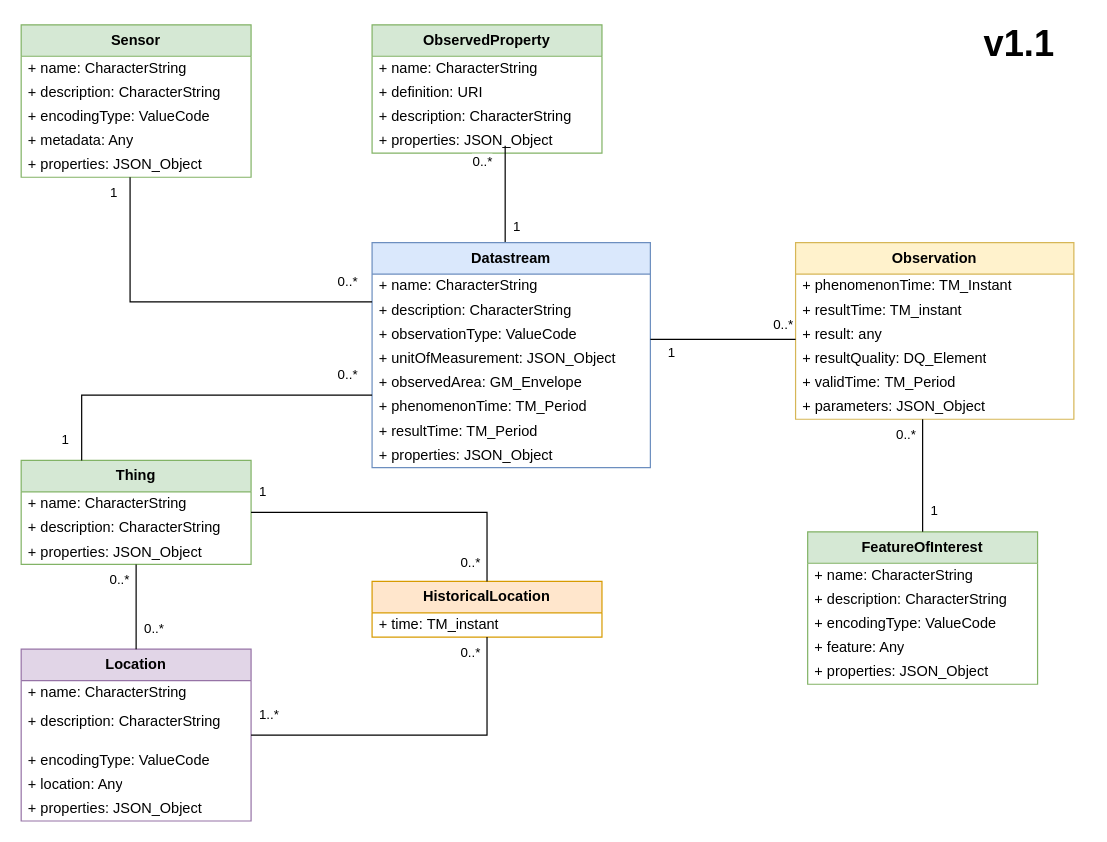
Earlier version of the draw.io diagram drawio/STA V1.1.Lora.drawio (Mario-35/Stean). Source tidied: cells renumbered, new cells numbered last; positions are measured from the earlier drawing's top-left corner, leaving out a move shared by most shapes. Both pictures are drawn from the tidied source at 121%, with x=0, y=0 at pixel (21, 24).
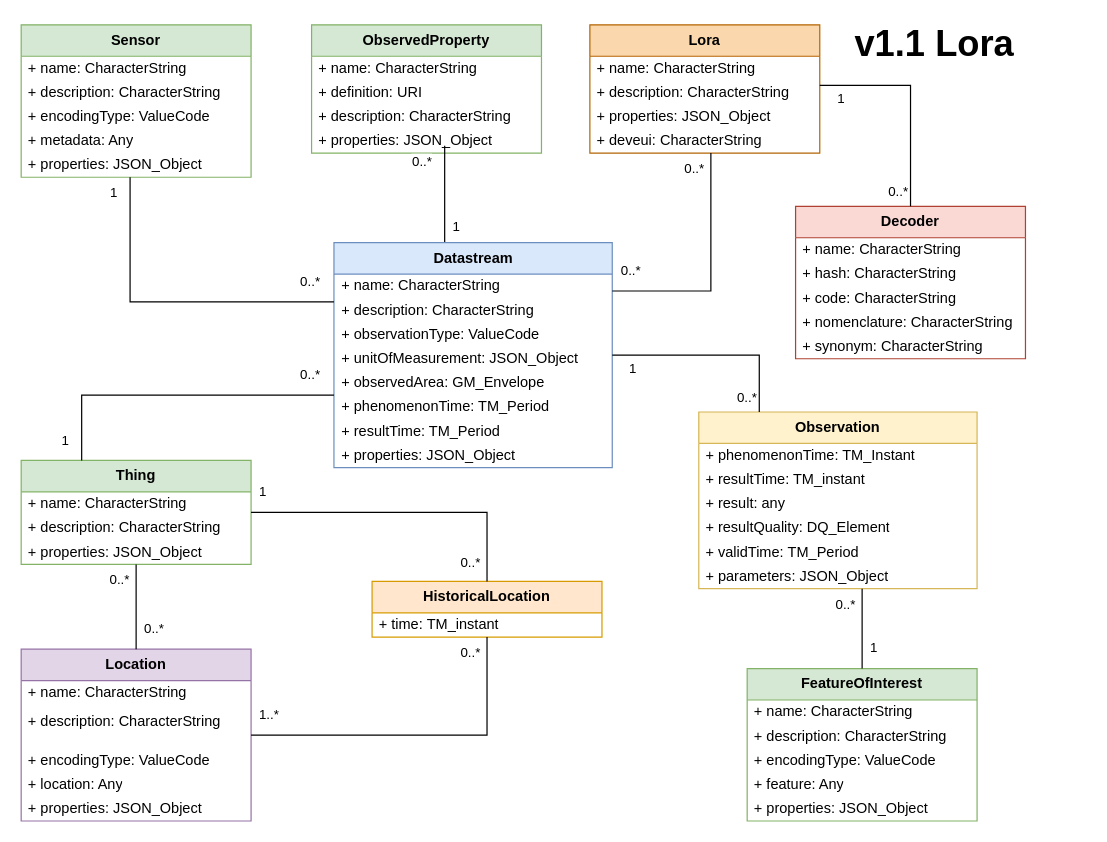
After the change.

Commit message:
Mettre à jour STA V1.1.Lora.drawio

What changed in the source:
```diff
@@
     <mxCell id="21" value="&lt;b&gt;ObservedProperty&lt;/b&gt;" style="swimlane;fontStyle=0;horizontal=1;startSize=26;fillColor=#d5e8d4;whiteSpace=wrap;html=1;strokeColor=#82b366;" parent="1" vertex="1">
-      <mxGeometry x="290" width="190" height="106" as="geometry" />
+      <mxGeometry x="240" width="190" height="106" as="geometry" />
     </mxCell>
@@
     <mxCell id="29" value="&lt;b&gt;Datastream&lt;/b&gt;" style="swimlane;fontStyle=0;horizontal=1;startSize=26;fillColor=#dae8fc;whiteSpace=wrap;html=1;strokeColor=#6c8ebf;" parent="1" vertex="1">
-      <mxGeometry x="290" y="180" width="230" height="186" as="geometry" />
+      <mxGeometry x="258.5" y="180" width="230" height="186" as="geometry" />
     </mxCell>
@@
     <mxCell id="38" value="&lt;b&gt;Observation&lt;/b&gt;" style="swimlane;fontStyle=0;horizontal=1;startSize=26;fillColor=#fff2cc;whiteSpace=wrap;html=1;strokeColor=#d6b656;" parent="1" vertex="1">
-      <mxGeometry x="640" y="180" width="230" height="146" as="geometry" />
+      <mxGeometry x="560" y="320" width="230" height="146" as="geometry" />
     </mxCell>
@@
     <mxCell id="45" value="&lt;b&gt;FeatureOfInterest&lt;/b&gt;" style="swimlane;fontStyle=0;horizontal=1;startSize=26;fillColor=#d5e8d4;whiteSpace=wrap;html=1;strokeColor=#82b366;" parent="1" vertex="1">
-      <mxGeometry x="650" y="419" width="190" height="126" as="geometry" />
+      <mxGeometry x="600" y="532" width="190" height="126" as="geometry" />
     </mxCell>
@@
     <mxCell id="57" style="endArrow=none;html=1;endSize=12;startArrow=none;startSize=14;startFill=0;edgeStyle=orthogonalEdgeStyle;rounded=0;endFill=0;" parent="1" edge="1" source="38" target="29">
       <mxGeometry relative="1" as="geometry">
         <Array as="points">
-          <mxPoint x="610" y="260" />
-          <mxPoint x="610" y="260" />
+          <mxPoint x="610" y="273" />
         </Array>
       </mxGeometry>
     </mxCell>
@@
-    <mxCell id="71" value="&lt;font style=&quot;font-size: 30px;&quot;&gt;&lt;b&gt;v1.1&lt;/b&gt;&lt;/font&gt;" style="text;html=1;whiteSpace=wrap;strokeColor=none;fillColor=none;align=center;verticalAlign=middle;rounded=0;fontFamily=Helvetica;fontSize=12;fontColor=default;" parent="1" vertex="1">
-      <mxGeometry x="770" width="110" height="30" as="geometry" />
+    <mxCell id="71" value="&lt;font style=&quot;font-size: 30px;&quot;&gt;&lt;b&gt;v1.1 Lora&lt;/b&gt;&lt;/font&gt;" style="text;html=1;whiteSpace=wrap;strokeColor=none;fillColor=none;align=center;verticalAlign=middle;rounded=0;fontFamily=Helvetica;fontSize=12;fontColor=default;" parent="1" vertex="1">
+      <mxGeometry x="680" width="150" height="30" as="geometry" />
     </mxCell>
+    <mxCell id="72" value="&lt;b&gt;Decoder&lt;/b&gt;" style="swimlane;fontStyle=0;horizontal=1;startSize=26;fillColor=#fad9d5;whiteSpace=wrap;html=1;strokeColor=#ae4132;" parent="1" vertex="1">
+      <mxGeometry x="640" y="150" width="190" height="126" as="geometry" />
+    </mxCell>
+    <mxCell id="73" value="+ name: CharacterString" style="text;strokeColor=none;fillColor=none;align=left;verticalAlign=middle;spacingLeft=4;spacingRight=4;overflow=hidden;html=1;convertToSvg=0;" parent="72" vertex="1">
+      <mxGeometry y="26" width="190" height="20" as="geometry" />
+    </mxCell>
+    <mxCell id="74" value="+ hash:&amp;nbsp;CharacterString" style="text;strokeColor=none;fillColor=none;align=left;verticalAlign=middle;spacingLeft=4;spacingRight=4;overflow=hidden;whiteSpace=wrap;html=1;strokeWidth=0;" parent="72" vertex="1">
+      <mxGeometry y="46" width="190" height="20" as="geometry" />
+    </mxCell>
+    <mxCell id="75" value="+ code:&amp;nbsp;CharacterString" style="text;strokeColor=none;fillColor=none;align=left;verticalAlign=middle;spacingLeft=4;spacingRight=4;overflow=hidden;whiteSpace=wrap;html=1;" parent="72" vertex="1">
+      <mxGeometry y="66" width="190" height="20" as="geometry" />
+    </mxCell>
+    <mxCell id="76" value="+ nomenclature:&amp;nbsp;CharacterString" style="text;strokeColor=none;fillColor=none;align=left;verticalAlign=middle;spacingLeft=4;spacingRight=4;overflow=hidden;whiteSpace=wrap;html=1;" parent="72" vertex="1">
+      <mxGeometry y="86" width="190" height="20" as="geometry" />
+    </mxCell>
+    <mxCell id="77" value="+ synonym:&amp;nbsp;CharacterString" style="text;strokeColor=none;fillColor=none;align=left;verticalAlign=middle;spacingLeft=4;spacingRight=4;overflow=hidden;whiteSpace=wrap;html=1;" parent="72" vertex="1">
+      <mxGeometry y="106" width="190" height="20" as="geometry" />
+    </mxCell>
+    <mxCell id="78" value="&lt;b&gt;Lora&lt;/b&gt;" style="swimlane;fontStyle=0;horizontal=1;startSize=26;fillColor=#fad7ac;whiteSpace=wrap;html=1;strokeColor=#b46504;" parent="1" vertex="1">
+      <mxGeometry x="470" width="190" height="106" as="geometry" />
+    </mxCell>
+    <mxCell id="79" value="+ name: CharacterString" style="text;strokeColor=none;fillColor=none;align=left;verticalAlign=middle;spacingLeft=4;spacingRight=4;overflow=hidden;html=1;convertToSvg=0;" parent="78" vertex="1">
+      <mxGeometry y="26" width="190" height="20" as="geometry" />
+    </mxCell>
+    <mxCell id="80" value="+ description:&amp;nbsp;CharacterString" style="text;strokeColor=none;fillColor=none;align=left;verticalAlign=middle;spacingLeft=4;spacingRight=4;overflow=hidden;whiteSpace=wrap;html=1;strokeWidth=0;" parent="78" vertex="1">
+      <mxGeometry y="46" width="190" height="20" as="geometry" />
+    </mxCell>
+    <mxCell id="81" value="+&amp;nbsp;properties:&amp;nbsp;JSON_Object" style="text;strokeColor=none;fillColor=none;align=left;verticalAlign=middle;spacingLeft=4;spacingRight=4;overflow=hidden;whiteSpace=wrap;html=1;" parent="78" vertex="1">
+      <mxGeometry y="66" width="190" height="20" as="geometry" />
+    </mxCell>
+    <mxCell id="82" value="+ deveui:&amp;nbsp;CharacterString" style="text;strokeColor=none;fillColor=none;align=left;verticalAlign=middle;spacingLeft=4;spacingRight=4;overflow=hidden;whiteSpace=wrap;html=1;" parent="78" vertex="1">
+      <mxGeometry y="86" width="190" height="20" as="geometry" />
+    </mxCell>
+    <mxCell id="83" style="endArrow=none;html=1;endSize=12;startArrow=none;startSize=14;startFill=0;edgeStyle=orthogonalEdgeStyle;rounded=0;endFill=0;" parent="1" edge="1" source="72" target="78">
+      <mxGeometry relative="1" as="geometry">
+        <Array as="points">
+          <mxPoint x="735" y="50" />
+        </Array>
+      </mxGeometry>
+    </mxCell>
+    <mxCell id="84" value="0..*" style="edgeLabel;html=1;align=left;verticalAlign=top;" parent="83" vertex="1">
+      <mxGeometry x="-1" relative="1" as="geometry">
+        <mxPoint x="-20" y="-25" as="offset" />
+      </mxGeometry>
+    </mxCell>
+    <mxCell id="85" value="1" style="edgeLabel;html=1;align=right;verticalAlign=top;" parent="83" vertex="1">
+      <mxGeometry x="1" relative="1" as="geometry">
+        <mxPoint x="21" y="-2" as="offset" />
+      </mxGeometry>
+    </mxCell>
+    <mxCell id="86" style="endArrow=none;html=1;endSize=12;startArrow=none;startSize=14;startFill=0;edgeStyle=orthogonalEdgeStyle;rounded=0;endFill=0;" parent="1" edge="1" source="29" target="78">
+      <mxGeometry relative="1" as="geometry">
+        <Array as="points">
+          <mxPoint x="570" y="220" />
+        </Array>
+      </mxGeometry>
+    </mxCell>
+    <mxCell id="87" value="&lt;div&gt;0..*&lt;/div&gt;" style="edgeLabel;html=1;align=left;verticalAlign=top;" parent="86" vertex="1">
+      <mxGeometry x="-1" relative="1" as="geometry">
+        <mxPoint x="5" y="-30" as="offset" />
+      </mxGeometry>
+    </mxCell>
+    <mxCell id="88" value="&lt;div&gt;0..*&lt;/div&gt;&lt;div&gt;&lt;br&gt;&lt;/div&gt;" style="edgeLabel;html=1;align=right;verticalAlign=top;" parent="86" vertex="1">
+      <mxGeometry x="1" relative="1" as="geometry">
+        <mxPoint x="-5" as="offset" />
+      </mxGeometry>
+    </mxCell>
```
